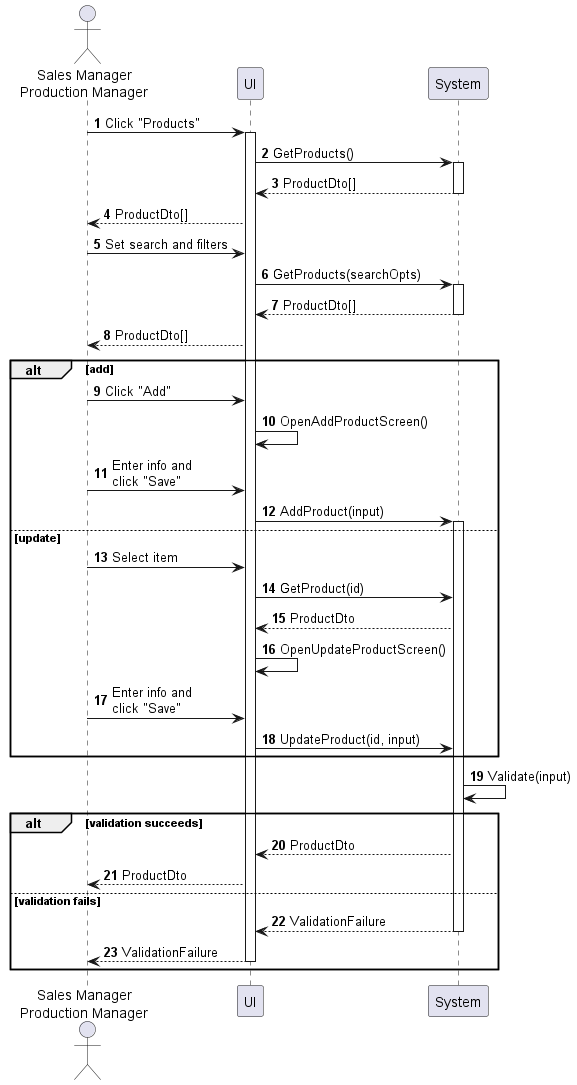
Before: sequences/product-manage.png, a diagram exported from PlantUML (phihungha/scmss-reqs).
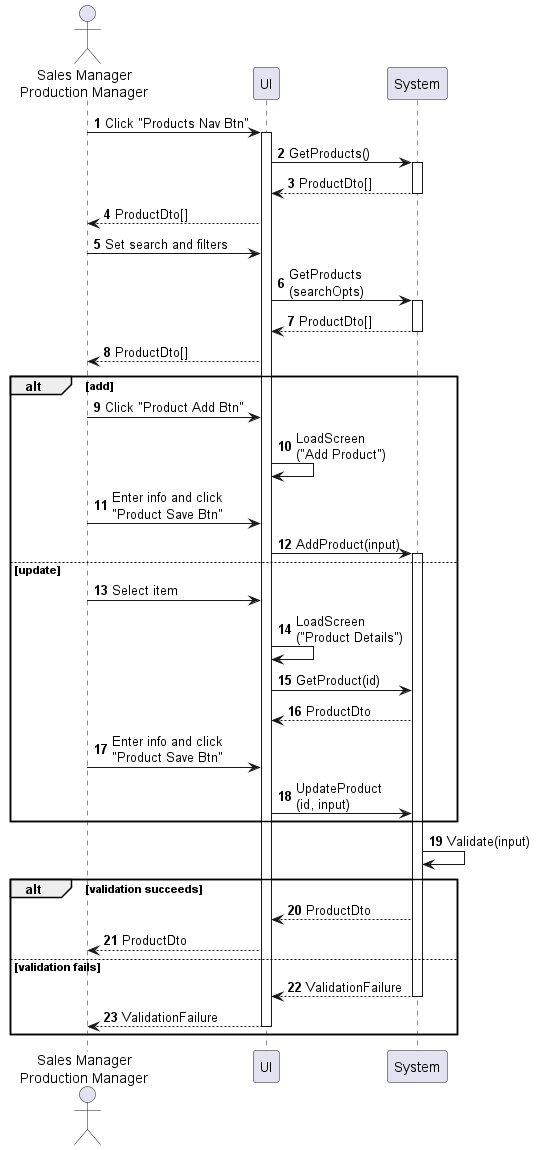
After the commit.

What changed in the source:
```diff
@@ -5,31 +5,31 @@
 participant UI as f
 participant System as b
 
-a -> f : Click "Products"
+a -> f : Click "Products Nav Btn"
 activate f
 f -> b : GetProducts()
 activate b
 return ProductDto[]
 f --> a : ProductDto[]
 a -> f : Set search and filters
-f -> b : GetProducts(searchOpts)
+f -> b : GetProducts\n(searchOpts)
 activate b
 return ProductDto[]
 f --> a : ProductDto[]
 
 alt add
-    a -> f : Click "Add"
-    f -> f : OpenAddProductScreen()
-    a -> f : Enter info and\nclick "Save"
+    a -> f : Click "Product Add Btn"
+    f -> f : LoadScreen\n("Add Product")
+    a -> f : Enter info and click\n"Product Save Btn"
     f -> b : AddProduct(input)
     activate b
 else update
     a -> f : Select item
+    f -> f : LoadScreen\n("Product Details")
     f -> b : GetProduct(id)
     b --> f : ProductDto
-    f -> f : OpenUpdateProductScreen()
-    a -> f : Enter info and\nclick "Save"
-    f -> b : UpdateProduct(id, input)
+    a -> f : Enter info and click\n"Product Save Btn"
+    f -> b : UpdateProduct\n(id, input)
 end
 
 b -> b : Validate(input)
```
